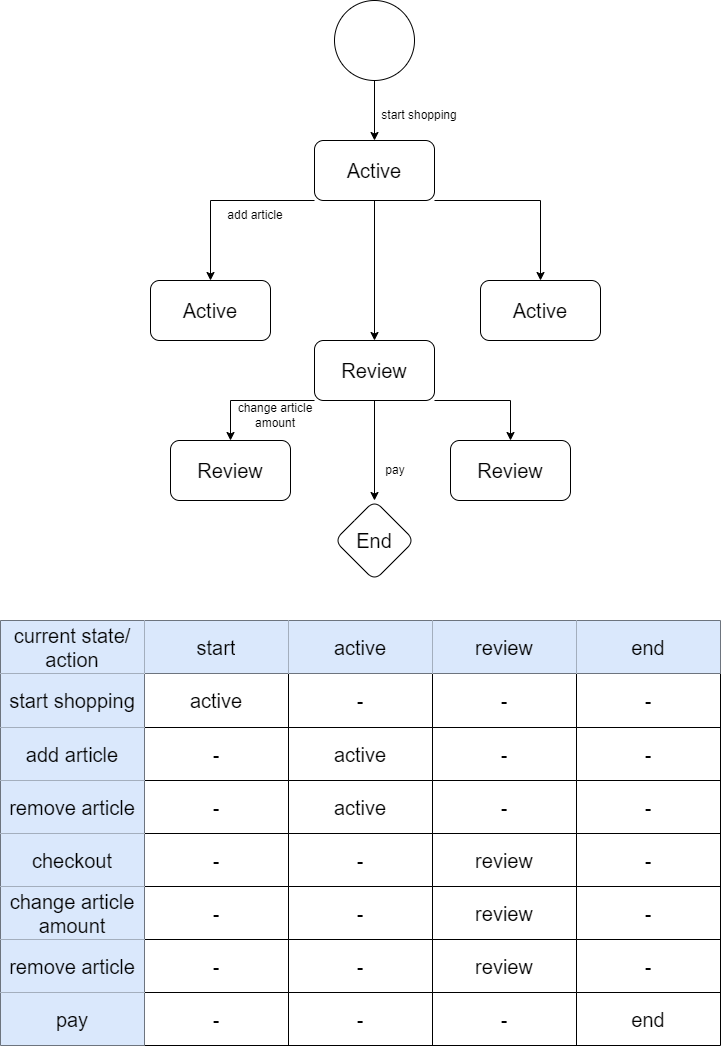
This is Exercise_8_CIVIC.png from Godlesshawk/Exercise_8_CIVIC, a draw.io export, as it was before one commit. Source tidied: cells renumbered, new cells last; positions are measured from the earlier drawing's top-left corner, leaving out a move shared by most shapes.
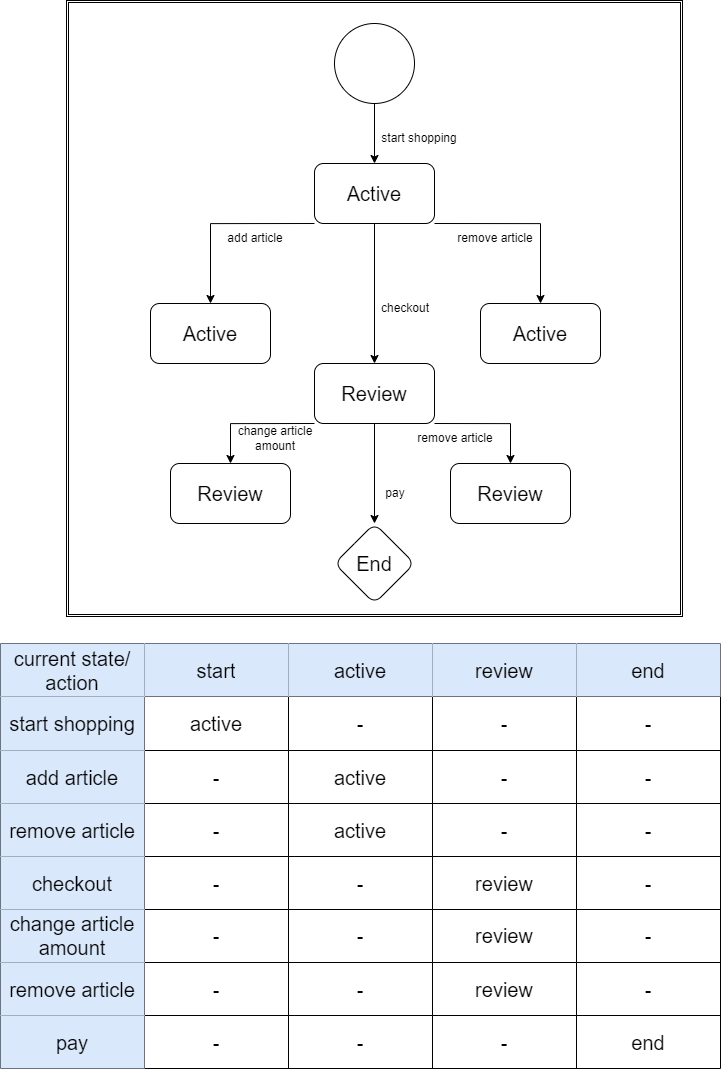
After the commit.

What changed in the source:
```diff
@@ -2,6 +2,9 @@
   <root>
     <mxCell id="0" />
     <mxCell id="1" parent="0" />
+    <mxCell id="73" style="shape=ext;double=1;whiteSpace=wrap;html=1;fontSize=20;fontColor=#FFFFFF;" parent="1" vertex="1">
+      <mxGeometry x="66" y="-23" width="616" height="616" as="geometry" />
+    </mxCell>
     <mxCell id="2" style="edgeStyle=orthogonalEdgeStyle;rounded=0;jettySize=auto;html=1;" parent="1" edge="1" source="3" target="7">
       <mxGeometry relative="1" as="geometry" />
     </mxCell>
@@ -28,7 +31,7 @@
     <mxCell id="7" value="&lt;font style=&quot;font-size: 20px&quot;&gt;Active&lt;/font&gt;" style="rounded=1;whiteSpace=wrap;html=1;" parent="1" vertex="1">
       <mxGeometry x="314" y="140" width="120" height="60" as="geometry" />
     </mxCell>
-    <mxCell id="8" value="&lt;font color=&quot;#ffffff&quot;&gt;checkout&lt;/font&gt;" style="text;html=1;strokeColor=none;fillColor=none;align=center;verticalAlign=middle;whiteSpace=wrap;rounded=0;" parent="1" vertex="1">
+    <mxCell id="8" value="checkout" style="text;html=1;strokeColor=none;fillColor=none;align=center;verticalAlign=middle;whiteSpace=wrap;rounded=0;" parent="1" vertex="1">
       <mxGeometry x="360" y="270" width="90" height="30" as="geometry" />
     </mxCell>
     <mxCell id="9" style="edgeStyle=orthogonalEdgeStyle;rounded=0;jettySize=auto;html=1;fontSize=20;" parent="1" edge="1" source="12" target="14">
@@ -69,7 +72,7 @@
     <mxCell id="18" value="Active" style="rounded=1;whiteSpace=wrap;html=1;fontSize=20;" parent="1" vertex="1">
       <mxGeometry x="480" y="280" width="120" height="60" as="geometry" />
     </mxCell>
-    <mxCell id="19" value="&lt;font color=&quot;#ffffff&quot;&gt;remove article&lt;/font&gt;" style="text;html=1;strokeColor=none;fillColor=none;align=center;verticalAlign=middle;whiteSpace=wrap;rounded=0;" parent="1" vertex="1">
+    <mxCell id="19" value="remove article" style="text;html=1;strokeColor=none;fillColor=none;align=center;verticalAlign=middle;whiteSpace=wrap;rounded=0;" parent="1" vertex="1">
       <mxGeometry x="450" y="200" width="90" height="30" as="geometry" />
     </mxCell>
     <mxCell id="20" value="Review" style="rounded=1;whiteSpace=wrap;html=1;fontSize=20;" parent="1" vertex="1">
@@ -81,7 +84,7 @@
     <mxCell id="22" value="change article amount" style="text;html=1;strokeColor=none;fillColor=none;align=center;verticalAlign=middle;whiteSpace=wrap;rounded=0;" parent="1" vertex="1">
       <mxGeometry x="230" y="400" width="90" height="30" as="geometry" />
     </mxCell>
-    <mxCell id="23" value="&lt;font color=&quot;#ffffff&quot;&gt;remove article&lt;/font&gt;" style="text;html=1;strokeColor=none;fillColor=none;align=center;verticalAlign=middle;whiteSpace=wrap;rounded=0;" parent="1" vertex="1">
+    <mxCell id="23" value="remove article" style="text;html=1;strokeColor=none;fillColor=none;align=center;verticalAlign=middle;whiteSpace=wrap;rounded=0;" parent="1" vertex="1">
       <mxGeometry x="410" y="400" width="90" height="30" as="geometry" />
     </mxCell>
     <mxCell id="24" style="shape=table;html=1;whiteSpace=wrap;startSize=0;fontSize=20;" parent="1" vertex="1">
```
